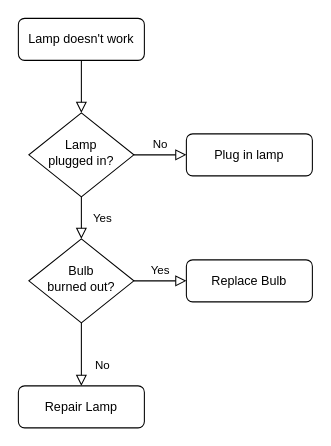
This is 未命名绘图.drawio from guwenxiang/genDoc, a draw.io file, before an edit. Source tidied: cells renumbered, new cells numbered last; positions are measured from the earlier drawing's top-left corner, leaving out a move shared by most shapes. Both pictures are drawn from the tidied source at 105%, with x=0, y=0 at pixel (18, 18).
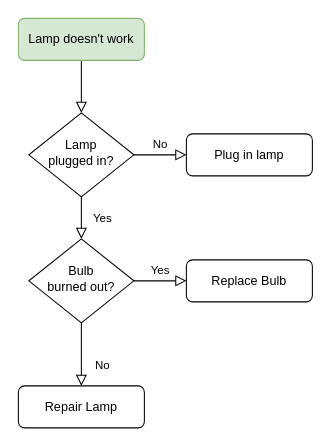
Above is the later version.

Commit message:
更新未命名绘图.drawio

What changed in the source:
```diff
@@
 <mxGraphModel>
   <root>
     <mxCell id="0" />
     <mxCell id="1" parent="0" />
     <mxCell id="2" style="rounded=0;html=1;jettySize=auto;fontSize=11;endArrow=block;endFill=0;endSize=8;strokeWidth=1;shadow=0;labelBackgroundColor=none;edgeStyle=orthogonalEdgeStyle;" parent="1" edge="1" source="3" target="6">
       <mxGeometry relative="1" as="geometry" />
     </mxCell>
-    <mxCell id="3" value="Lamp doesn't work" style="rounded=1;whiteSpace=wrap;html=1;fontSize=12;glass=0;strokeWidth=1;shadow=0;" parent="1" vertex="1">
+    <mxCell id="3" value="Lamp doesn't work" style="rounded=1;whiteSpace=wrap;html=1;fontSize=12;glass=0;strokeWidth=1;shadow=0;fillColor=#d5e8d4;strokeColor=#82b366;" parent="1" vertex="1">
       <mxGeometry width="120" height="40" as="geometry" />
     </mxCell>
     <mxCell id="4" value="Yes" style="rounded=0;html=1;jettySize=auto;fontSize=11;endArrow=block;endFill=0;endSize=8;strokeWidth=1;shadow=0;labelBackgroundColor=none;edgeStyle=orthogonalEdgeStyle;" parent="1" edge="1" source="6" target="10">
       <mxGeometry y="20" relative="1" as="geometry" />
     </mxCell>
     <mxCell id="5" value="No" style="edgeStyle=orthogonalEdgeStyle;rounded=0;html=1;jettySize=auto;fontSize=11;endArrow=block;endFill=0;endSize=8;strokeWidth=1;shadow=0;labelBackgroundColor=none;" parent="1" edge="1" source="6" target="7">
       <mxGeometry y="10" relative="1" as="geometry" />
     </mxCell>
     <mxCell id="6" value="Lamp&lt;br&gt;plugged in?" style="rhombus;whiteSpace=wrap;html=1;shadow=0;fontFamily=Helvetica;fontSize=12;align=center;strokeWidth=1;spacing=6;spacingTop=-4;" parent="1" vertex="1">
       <mxGeometry x="10" y="90" width="100" height="80" as="geometry" />
     </mxCell>
     <mxCell id="7" value="Plug in lamp" style="rounded=1;whiteSpace=wrap;html=1;fontSize=12;glass=0;strokeWidth=1;shadow=0;" parent="1" vertex="1">
       <mxGeometry x="160" y="110" width="120" height="40" as="geometry" />
     </mxCell>
     <mxCell id="8" value="No" style="rounded=0;html=1;jettySize=auto;fontSize=11;endArrow=block;endFill=0;endSize=8;strokeWidth=1;shadow=0;labelBackgroundColor=none;edgeStyle=orthogonalEdgeStyle;" parent="1" edge="1" source="10" target="11">
       <mxGeometry x="0.33" y="20" relative="1" as="geometry" />
     </mxCell>
     <mxCell id="9" value="Yes" style="edgeStyle=orthogonalEdgeStyle;rounded=0;html=1;jettySize=auto;fontSize=11;endArrow=block;endFill=0;endSize=8;strokeWidth=1;shadow=0;labelBackgroundColor=none;" parent="1" edge="1" source="10" target="12">
       <mxGeometry y="10" relative="1" as="geometry" />
     </mxCell>
     <mxCell id="10" value="Bulb&lt;br&gt;burned out?" style="rhombus;whiteSpace=wrap;html=1;shadow=0;fontFamily=Helvetica;fontSize=12;align=center;strokeWidth=1;spacing=6;spacingTop=-4;" parent="1" vertex="1">
       <mxGeometry x="10" y="210" width="100" height="80" as="geometry" />
     </mxCell>
     <mxCell id="11" value="Repair Lamp" style="rounded=1;whiteSpace=wrap;html=1;fontSize=12;glass=0;strokeWidth=1;shadow=0;" parent="1" vertex="1">
       <mxGeometry y="350" width="120" height="40" as="geometry" />
     </mxCell>
     <mxCell id="12" value="Replace Bulb" style="rounded=1;whiteSpace=wrap;html=1;fontSize=12;glass=0;strokeWidth=1;shadow=0;" parent="1" vertex="1">
       <mxGeometry x="160" y="230" width="120" height="40" as="geometry" />
     </mxCell>
   </root>
 </mxGraphModel>
```
